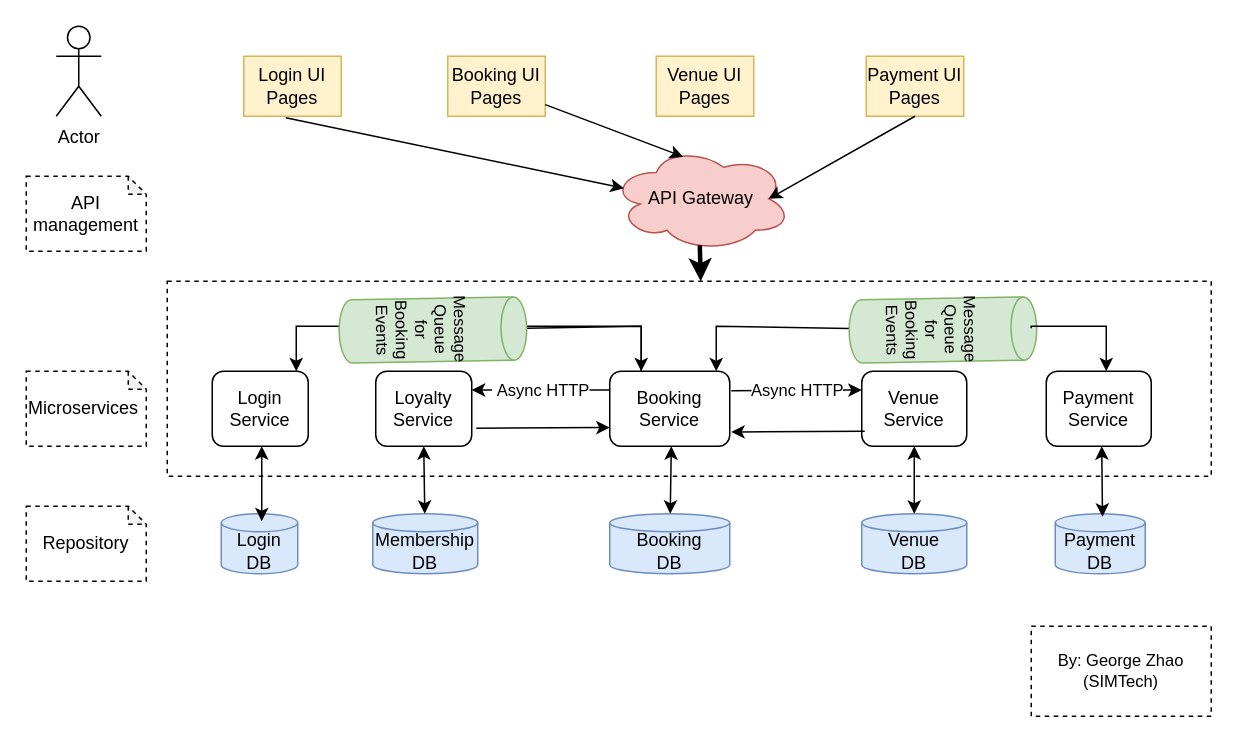
Earlier version of the draw.io diagram HL-Archit-Diagram.drawio (gyzzhao/microservices-Job-1). Source tidied: cells renumbered, new cells numbered last; positions are measured from the earlier drawing's top-left corner, leaving out a move shared by most shapes. Both pictures are drawn from the tidied source at 150%, with x=0, y=0 at pixel (26, 26).
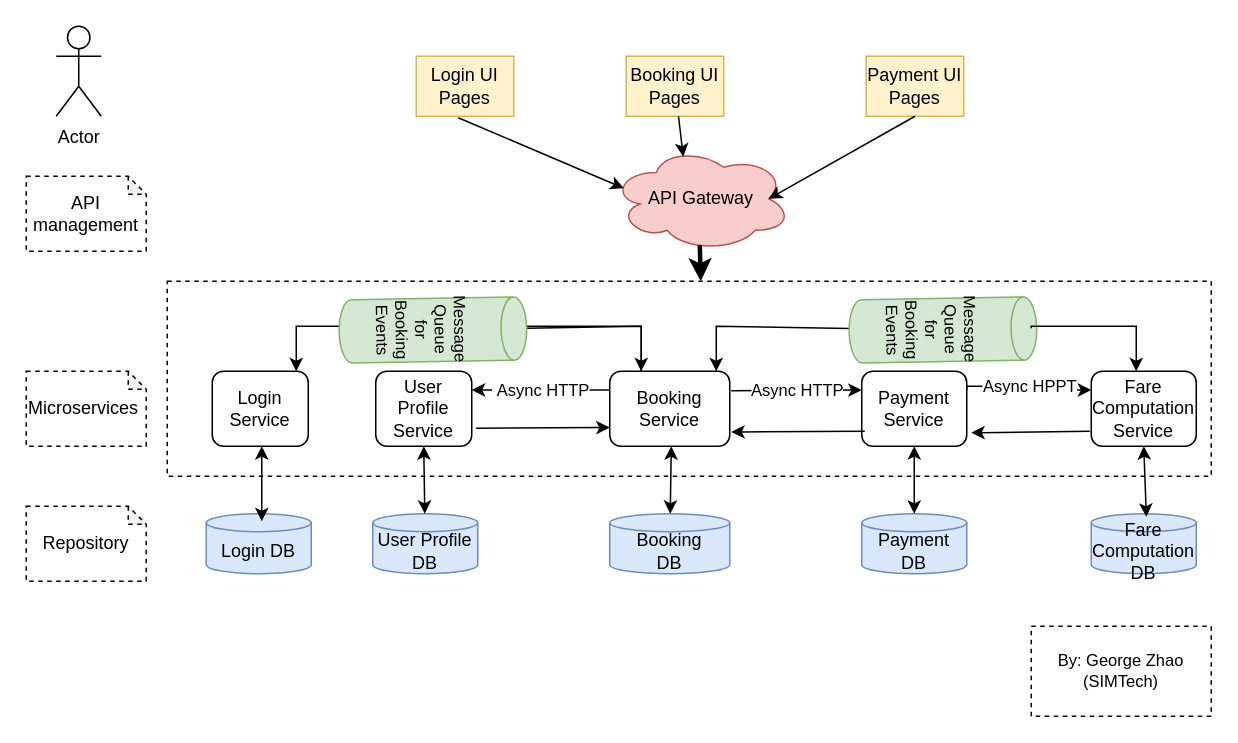
After the change.

Change to the diagram source:
```diff
@@
     <mxCell id="3" value="Login UI Pages" style="rounded=0;whiteSpace=wrap;html=1;flipH=1;fillColor=#fff2cc;strokeColor=#d6b656;" parent="1" vertex="1">
-      <mxGeometry x="145" y="20" width="65" height="40" as="geometry" />
+      <mxGeometry x="260" y="20" width="65" height="40" as="geometry" />
     </mxCell>
@@
+    <mxCell id="45" value="Async HPPT" style="edgeStyle=orthogonalEdgeStyle;rounded=0;jettySize=auto;html=1;exitX=1;exitY=0.25;exitDx=0;exitDy=0;entryX=0;entryY=0.25;entryDx=0;entryDy=0;" parent="1" edge="1" source="7" target="8">
+      <mxGeometry relative="1" as="geometry">
+        <Array as="points">
+          <mxPoint x="627" y="240" />
+          <mxPoint x="700" y="240" />
+        </Array>
+      </mxGeometry>
+    </mxCell>
-    <mxCell id="7" value="Venue Service" style="rounded=1;whiteSpace=wrap;html=1;" parent="1" vertex="1">
+    <mxCell id="7" value="Payment Service" style="rounded=1;whiteSpace=wrap;html=1;" parent="1" vertex="1">
       <mxGeometry x="557" y="230" width="70" height="50" as="geometry" />
     </mxCell>
-    <mxCell id="8" value="Payment Service" style="rounded=1;whiteSpace=wrap;html=1;" parent="1" vertex="1">
-      <mxGeometry x="680" y="230" width="70" height="50" as="geometry" />
+    <mxCell id="8" value="Fare Computation Service" style="rounded=1;whiteSpace=wrap;html=1;" parent="1" vertex="1">
+      <mxGeometry x="710" y="230" width="70" height="50" as="geometry" />
     </mxCell>
@@
     <mxCell id="10" value="Login DB" style="shape=cylinder3;whiteSpace=wrap;html=1;boundedLbl=1;backgroundOutline=1;size=6;fontStyle=0;fillColor=#dae8fc;strokeColor=#6c8ebf;" parent="1" vertex="1">
-      <mxGeometry x="130" y="325" width="51" height="40" as="geometry" />
+      <mxGeometry x="120" y="325" width="70" height="40" as="geometry" />
     </mxCell>
@@
-    <mxCell id="13" value="Venue &lt;br&gt;DB" style="shape=cylinder3;whiteSpace=wrap;html=1;boundedLbl=1;backgroundOutline=1;size=6;fillColor=#dae8fc;strokeColor=#6c8ebf;" parent="1" vertex="1">
+    <mxCell id="13" value="Payment&lt;br&gt;DB" style="shape=cylinder3;whiteSpace=wrap;html=1;boundedLbl=1;backgroundOutline=1;size=6;fillColor=#dae8fc;strokeColor=#6c8ebf;" parent="1" vertex="1">
       <mxGeometry x="557" y="325" width="70" height="40" as="geometry" />
     </mxCell>
-    <mxCell id="14" value="Payment DB" style="shape=cylinder3;whiteSpace=wrap;html=1;boundedLbl=1;backgroundOutline=1;size=6;fillColor=#dae8fc;strokeColor=#6c8ebf;" parent="1" vertex="1">
-      <mxGeometry x="686" y="325" width="60" height="40" as="geometry" />
+    <mxCell id="14" value="Fare Computation DB" style="shape=cylinder3;whiteSpace=wrap;html=1;boundedLbl=1;backgroundOutline=1;size=6;fillColor=#dae8fc;strokeColor=#6c8ebf;" parent="1" vertex="1">
+      <mxGeometry x="710" y="325" width="70" height="40" as="geometry" />
     </mxCell>
@@
-    <mxCell id="17" value="Venue UI Pages" style="rounded=0;whiteSpace=wrap;html=1;flipH=1;fillColor=#fff2cc;strokeColor=#d6b656;" parent="1" vertex="1">
-      <mxGeometry x="420" y="20" width="65" height="40" as="geometry" />
-    </mxCell>
     <mxCell id="18" value="Booking UI Pages" style="rounded=0;whiteSpace=wrap;html=1;flipH=1;fillColor=#fff2cc;strokeColor=#d6b656;" parent="1" vertex="1">
-      <mxGeometry x="281" y="20" width="65" height="40" as="geometry" />
+      <mxGeometry x="400" y="20" width="65" height="40" as="geometry" />
     </mxCell>
@@
-    <mxCell id="21" style="endArrow=classic;startArrow=classic;html=1;rounded=0;entryX=0.525;entryY=0.05;entryDx=0;entryDy=0;entryPerimeter=0;" parent="1" edge="1" target="14">
-      <mxGeometry relative="1" as="geometry">
-        <mxPoint x="717" y="280" as="sourcePoint" />
-      </mxGeometry>
+    <mxCell id="21" style="endArrow=classic;startArrow=classic;html=1;rounded=0;entryX=0.525;entryY=0.05;entryDx=0;entryDy=0;entryPerimeter=0;exitX=0.5;exitY=1;exitDx=0;exitDy=0;" parent="1" edge="1" source="8" target="14">
+      <mxGeometry relative="1" as="geometry" />
     </mxCell>
@@
-    <mxCell id="31" value="Loyalty Service" style="rounded=1;whiteSpace=wrap;html=1;" parent="1" vertex="1">
+    <mxCell id="31" value="User Profile Service" style="rounded=1;whiteSpace=wrap;html=1;" parent="1" vertex="1">
       <mxGeometry x="233" y="230" width="64" height="50" as="geometry" />
     </mxCell>
-    <mxCell id="32" value="Membership DB" style="shape=cylinder3;whiteSpace=wrap;html=1;boundedLbl=1;backgroundOutline=1;size=6;fontStyle=0;fillColor=#dae8fc;strokeColor=#6c8ebf;" parent="1" vertex="1">
+    <mxCell id="32" value="User Profile DB" style="shape=cylinder3;whiteSpace=wrap;html=1;boundedLbl=1;backgroundOutline=1;size=6;fontStyle=0;fillColor=#dae8fc;strokeColor=#6c8ebf;" parent="1" vertex="1">
       <mxGeometry x="231" y="325" width="70" height="40" as="geometry" />
     </mxCell>
@@
-    <mxCell id="43" style="edgeStyle=orthogonalEdgeStyle;rounded=0;orthogonalLoop=1;jettySize=auto;html=1;fontSize=11;fontColor=#CCFF99;strokeWidth=1;" parent="1" edge="1">
+    <mxCell id="43" style="edgeStyle=orthogonalEdgeStyle;rounded=0;jettySize=auto;html=1;fontSize=11;fontColor=#CCFF99;strokeWidth=1;" parent="1" edge="1" target="8">
       <mxGeometry relative="1" as="geometry">
         <mxPoint x="670" y="201.4" as="sourcePoint" />
-        <mxPoint x="720" y="230" as="targetPoint" />
         <Array as="points">
           <mxPoint x="670" y="200" />
-          <mxPoint x="720" y="200" />
-          <mxPoint x="720" y="230" />
+          <mxPoint x="740" y="200" />
         </Array>
       </mxGeometry>
     </mxCell>
@@
+    <mxCell id="46" style="endArrow=classic;html=1;rounded=0;fontSize=11;fontColor=#000000;strokeWidth=1;" parent="1" edge="1">
+      <mxGeometry relative="1" as="geometry">
+        <mxPoint x="709" y="270" as="sourcePoint" />
+        <mxPoint x="630" y="271" as="targetPoint" />
+      </mxGeometry>
+    </mxCell>
```
